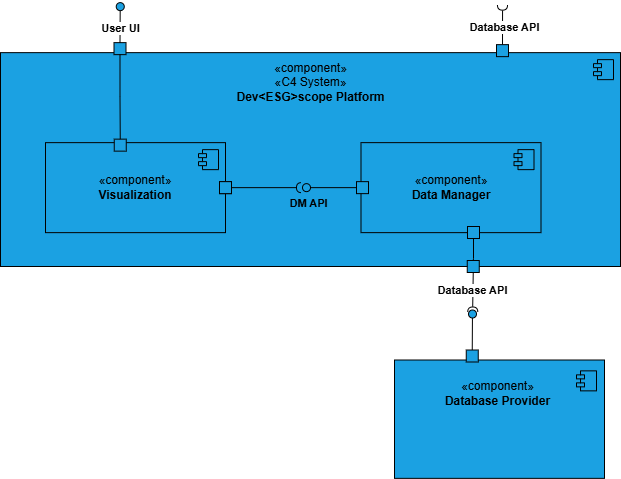
Before: frontmatter/assets/diagrams/Development View/Implementation View Lv2.drawio.png, a diagram exported from draw.io (matilde-varela/ISEP-PESTI-Report-2025). Source tidied: cells renumbered, new cells last; positions are measured from the earlier drawing's top-left corner, leaving out a move shared by most shapes.
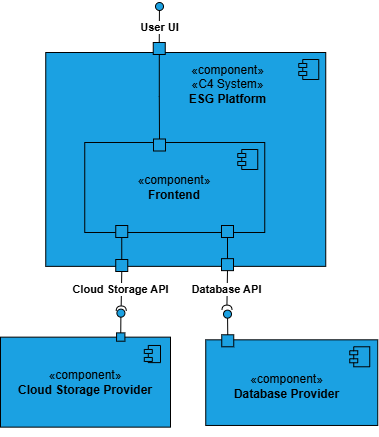
Above is the later version.

The edit, as a diff of the source:
```diff
@@ -2,39 +2,21 @@
   <root>
     <mxCell id="0" />
     <mxCell id="1" parent="0" />
-    <mxCell id="2" style="endArrow=none;html=1;rounded=0;align=center;verticalAlign=top;endFill=0;labelBackgroundColor=none;endSize=2;entryX=0;entryY=0.5;entryDx=0;entryDy=0;" parent="1" edge="1" source="3" target="6">
-      <mxGeometry relative="1" as="geometry" />
-    </mxCell>
-    <mxCell id="3" style="ellipse;html=1;fontSize=11;align=center;fillColor=#1ba1e2;points=[];verticalAlign=bottom;labelPosition=center;verticalLabelPosition=top;flipH=1;rotation=-140;fontColor=#ffffff;strokeColor=default;perimeterSpacing=0;" parent="1" vertex="1">
-      <mxGeometry x="468" y="307.5" width="8" height="8" as="geometry" />
-    </mxCell>
-    <mxCell id="4" style="html=1;whiteSpace=wrap;fillColor=#1ba1e2;fontColor=#ffffff;strokeColor=light-dark(#000000, #51afe7);" parent="1" vertex="1">
-      <mxGeometry x="394" y="357.5" width="210" height="118.4" as="geometry" />
-    </mxCell>
-    <mxCell id="5" value="«component»&lt;br&gt;&lt;b&gt;Database Provider&lt;/b&gt;" style="text;align=center;verticalAlign=middle;strokeColor=none;fillColor=none;html=1;" parent="1" vertex="1">
-      <mxGeometry x="432" y="371.4" width="130" height="40" as="geometry" />
-    </mxCell>
-    <mxCell id="6" style="fontStyle=0;labelPosition=right;verticalLabelPosition=middle;align=left;verticalAlign=middle;spacingLeft=2;direction=south;fillColor=#1ba1e2;fontColor=#ffffff;strokeColor=light-dark(#000000, #51afe7);" parent="1" vertex="1">
-      <mxGeometry x="465.8" y="347.5" width="12" height="12" as="geometry" />
-    </mxCell>
-    <mxCell id="7" style="shape=module;jettyWidth=8;jettyHeight=4;fillColor=#1ba1e2;fontColor=#ffffff;strokeColor=#000000;" parent="1" vertex="1">
-      <mxGeometry x="576" y="368.4" width="20" height="20" as="geometry" />
-    </mxCell>
     <mxCell id="8" style="html=1;whiteSpace=wrap;fillColor=#1ba1e2;fontColor=#ffffff;strokeColor=light-dark(#000000, #51afe7);" parent="1" vertex="1">
-      <mxGeometry y="50.1" width="620" height="213.9" as="geometry" />
+      <mxGeometry x="-214.8" y="-46" width="280" height="213.9" as="geometry" />
     </mxCell>
     <mxCell id="9" style="shape=module;jettyWidth=8;jettyHeight=4;fillColor=#1ba1e2;fontColor=#ffffff;strokeColor=#000000;" parent="8" vertex="1">
       <mxGeometry x="1" width="20" height="20" relative="1" as="geometry">
         <mxPoint x="-27" y="7" as="offset" />
       </mxGeometry>
     </mxCell>
-    <mxCell id="10" value="«component»&lt;br&gt;«C4 System»&lt;br&gt;&lt;b&gt;Dev&amp;lt;ESG&amp;gt;scope Platform&lt;/b&gt;" style="text;align=center;verticalAlign=middle;strokeColor=none;fillColor=none;html=1;" parent="1" vertex="1">
-      <mxGeometry x="225" y="50.1" width="170" height="60" as="geometry" />
+    <mxCell id="10" value="«component»&lt;br&gt;«C4 System»&lt;br&gt;&lt;b&gt;ESG Platform&lt;/b&gt;" style="text;align=center;verticalAlign=middle;strokeColor=none;fillColor=none;html=1;" parent="1" vertex="1">
+      <mxGeometry x="-83" y="-44" width="100" height="60" as="geometry" />
     </mxCell>
-    <mxCell id="11" style="group;fillColor=#1ba1e2;fontColor=#ffffff;strokeColor=none;" parent="1" vertex="1">
-      <mxGeometry x="45" y="140.1" width="239" height="90" as="geometry" />
+    <mxCell id="11" style="group;fillColor=none;fontColor=#ffffff;strokeColor=none;" parent="1" vertex="1">
+      <mxGeometry x="-175.8" y="44" width="239" height="90" as="geometry" />
     </mxCell>
-    <mxCell id="12" value="«component»&lt;br&gt;&lt;b&gt;Visualization&lt;/b&gt;" style="html=1;whiteSpace=wrap;fillColor=#1ba1e2;fontColor=light-dark(#000000, #121212);strokeColor=light-dark(#000000, #51afe7);" parent="11" vertex="1">
+    <mxCell id="12" value="«component»&lt;br&gt;&lt;b&gt;Frontend&lt;/b&gt;" style="html=1;whiteSpace=wrap;fillColor=#1ba1e2;fontColor=light-dark(#000000, #121212);strokeColor=light-dark(#000000, #51afe7);" parent="11" vertex="1">
       <mxGeometry width="180" height="90" as="geometry" />
     </mxCell>
     <mxCell id="13" style="shape=module;jettyWidth=8;jettyHeight=4;fillColor=#1ba1e2;fontColor=light-dark(#000000, #121212);strokeColor=light-dark(#000000, #51afe7);" parent="12" vertex="1">
@@ -42,17 +24,11 @@
         <mxPoint x="-27" y="7" as="offset" />
       </mxGeometry>
     </mxCell>
-    <mxCell id="14" style="fontStyle=0;labelPosition=right;verticalLabelPosition=middle;align=left;verticalAlign=middle;spacingLeft=2;direction=south;fillColor=#1ba1e2;fontColor=#000000;strokeColor=#000000;" parent="11" vertex="1">
-      <mxGeometry x="174" y="39" width="12" height="12" as="geometry" />
-    </mxCell>
-    <mxCell id="15" style="html=1;rounded=0;strokeColor=light-dark(#000000, #51afe7);align=center;verticalAlign=middle;fontFamily=Helvetica;fontSize=12;fontColor=#ffffff;fillColor=#1ba1e2;" parent="11" vertex="1">
-      <mxGeometry x="174" y="39" width="12" height="12" as="geometry" />
-    </mxCell>
     <mxCell id="16" style="fontStyle=0;labelPosition=right;verticalLabelPosition=middle;align=left;verticalAlign=middle;spacingLeft=2;direction=south;fillColor=#1ba1e2;fontColor=#ffffff;strokeColor=light-dark(#000000, #51afe7);" parent="1" vertex="1">
-      <mxGeometry x="113.5" y="40.1" width="12" height="12" as="geometry" />
+      <mxGeometry x="-107.2" y="-56" width="12" height="12" as="geometry" />
     </mxCell>
     <mxCell id="17" style="fontStyle=0;labelPosition=right;verticalLabelPosition=middle;align=left;verticalAlign=middle;spacingLeft=2;direction=south;fillColor=#1ba1e2;fontColor=light-dark(#000000, #121212);strokeColor=#030303;" parent="1" vertex="1">
-      <mxGeometry x="113.8" y="136.6" width="12" height="12" as="geometry" />
+      <mxGeometry x="-107" y="40.5" width="12" height="12" as="geometry" />
     </mxCell>
     <mxCell id="18" style="edgeStyle=orthogonalEdgeStyle;rounded=0;jettySize=auto;html=1;entryX=0;entryY=0.5;entryDx=0;entryDy=0;endArrow=none;startFill=0;" parent="1" edge="1" source="16" target="17">
       <mxGeometry relative="1" as="geometry" />
@@ -64,61 +40,10 @@
       <mxGeometry x="0.06" relative="1" as="geometry" />
     </mxCell>
     <mxCell id="21" style="ellipse;html=1;fontSize=11;align=center;fillColor=#1ba1e2;points=[];verticalAlign=bottom;labelPosition=center;verticalLabelPosition=top;flipH=1;rotation=-140;fontColor=#ffffff;strokeColor=default;perimeterSpacing=0;" parent="1" vertex="1">
-      <mxGeometry x="115.8" y="0.1" width="8" height="8" as="geometry" />
+      <mxGeometry x="-105" y="-96" width="8" height="8" as="geometry" />
     </mxCell>
-    <mxCell id="22" style="group;fillColor=#1ba1e2;fontColor=light-dark(#000000, #121212);strokeColor=none;" parent="1" vertex="1">
-      <mxGeometry x="356" y="140.1" width="184.5" height="90" as="geometry" />
-    </mxCell>
-    <mxCell id="23" value="«component»&lt;br&gt;&lt;b&gt;Data Manager&lt;/b&gt;" style="html=1;whiteSpace=wrap;fillColor=#1ba1e2;fontColor=light-dark(#000000, #121212);strokeColor=light-dark(#000000, #51afe7);" parent="22" vertex="1">
-      <mxGeometry x="4.5" width="180" height="90" as="geometry" />
-    </mxCell>
-    <mxCell id="24" style="shape=module;jettyWidth=8;jettyHeight=4;fillColor=#1ba1e2;fontColor=#ffffff;strokeColor=light-dark(#000000, #51afe7);" parent="23" vertex="1">
-      <mxGeometry x="1" width="20" height="20" relative="1" as="geometry">
-        <mxPoint x="-27" y="7" as="offset" />
-      </mxGeometry>
-    </mxCell>
-    <mxCell id="25" style="fontStyle=0;labelPosition=right;verticalLabelPosition=middle;align=left;verticalAlign=middle;spacingLeft=2;direction=south;fillColor=#1ba1e2;fontColor=#ffffff;strokeColor=light-dark(#000000, #51afe7);" parent="22" vertex="1">
-      <mxGeometry x="111" y="83.9" width="12" height="12" as="geometry" />
-    </mxCell>
-    <mxCell id="26" style="html=1;rounded=0;strokeColor=light-dark(#000000, #51afe7);align=center;verticalAlign=middle;fontFamily=Helvetica;fontSize=12;fontColor=#ffffff;fillColor=#1ba1e2;direction=west;flipV=1;flipH=1;" parent="22" vertex="1">
-      <mxGeometry y="39" width="12" height="12" as="geometry" />
-    </mxCell>
-    <mxCell id="27" style="group;" parent="1" vertex="1">
-      <mxGeometry x="496" y="2.6" width="12" height="51.5" as="geometry" />
-    </mxCell>
-    <mxCell id="28" style="fontStyle=0;labelPosition=right;verticalLabelPosition=middle;align=left;verticalAlign=middle;spacingLeft=2;direction=south;fillColor=#1ba1e2;fontColor=#ffffff;strokeColor=light-dark(#000000, #51afe7);" parent="27" vertex="1">
-      <mxGeometry y="39.5" width="12" height="12" as="geometry" />
-    </mxCell>
-    <mxCell id="29" style="endArrow=none;html=1;rounded=0;align=center;verticalAlign=top;endFill=0;labelBackgroundColor=none;endSize=2;exitX=0;exitY=0.5;exitDx=0;exitDy=0;entryX=1.076;entryY=0.506;entryDx=0;entryDy=0;entryPerimeter=0;" parent="27" edge="1" source="28" target="31">
-      <mxGeometry relative="1" as="geometry" />
-    </mxCell>
-    <mxCell id="30" value="&lt;b&gt;Database API&lt;/b&gt;" style="edgeLabel;html=1;align=center;verticalAlign=middle;" parent="29" vertex="1">
-      <mxGeometry x="0.03" y="-1" relative="1" as="geometry" />
-    </mxCell>
-    <mxCell id="31" style="shape=requiredInterface;html=1;fontSize=11;align=center;fillColor=none;points=[];verticalAlign=bottom;labelPosition=center;verticalLabelPosition=top;flipH=1;rotation=-90;" parent="27" vertex="1">
-      <mxGeometry x="3.5" y="-2.5" width="5" height="10" as="geometry" />
-    </mxCell>
-    <mxCell id="32" style="endArrow=none;html=1;rounded=0;align=center;verticalAlign=top;endFill=0;labelBackgroundColor=none;endSize=2;fontFamily=Helvetica;fontSize=12;fontColor=#ffffff;fontStyle=0;" parent="1" edge="1" source="26" target="34">
-      <mxGeometry relative="1" as="geometry" />
-    </mxCell>
-    <mxCell id="33" value="&lt;span style=&quot;&quot;&gt;&lt;font style=&quot;color: rgb(0, 0, 0); font-size: 11px;&quot;&gt;&lt;b&gt;DM API&lt;/b&gt;&lt;/font&gt;&lt;/span&gt;" style="edgeLabel;html=1;align=center;verticalAlign=middle;strokeColor=light-dark(#000000, #51afe7);fontFamily=Helvetica;fontSize=12;fontColor=#ffffff;fillColor=#1ba1e2;labelBackgroundColor=none;" parent="32" vertex="1">
-      <mxGeometry x="0.37" y="1" relative="1" as="geometry">
-        <mxPoint x="-18" y="14" as="offset" />
-      </mxGeometry>
-    </mxCell>
-    <mxCell id="34" style="ellipse;html=1;fontSize=11;align=center;fillColor=none;points=[];verticalAlign=bottom;labelPosition=center;verticalLabelPosition=top;flipH=1;strokeColor=light-dark(#000000, #51afe7);fontFamily=Helvetica;fontColor=#ffffff;flipV=1;" parent="1" vertex="1">
-      <mxGeometry x="302" y="181.1" width="8" height="8" as="geometry" />
-    </mxCell>
-    <mxCell id="35" style="shape=requiredInterface;html=1;fontSize=11;align=center;fillColor=none;verticalAlign=bottom;labelPosition=center;verticalLabelPosition=top;flipH=1;strokeColor=light-dark(#000000, #51afe7);fontFamily=Helvetica;fontColor=#ffffff;" parent="1" vertex="1">
-      <mxGeometry x="296" y="180.1" width="5" height="10" as="geometry" />
-    </mxCell>
-    <mxCell id="36" style="endArrow=none;html=1;rounded=0;align=center;verticalAlign=top;endFill=0;labelBackgroundColor=none;endSize=2;fontFamily=Helvetica;fontSize=12;fontColor=#ffffff;fontStyle=0;" parent="1" edge="1" source="15">
-      <mxGeometry relative="1" as="geometry">
-        <mxPoint x="296" y="185.1" as="targetPoint" />
-      </mxGeometry>
-    </mxCell>
     <mxCell id="37" style="group;rotation=-180;" parent="1" vertex="1">
-      <mxGeometry x="466.8" y="258" width="12" height="51.5" as="geometry" />
+      <mxGeometry x="-39" y="160.1" width="12" height="51.5" as="geometry" />
     </mxCell>
     <mxCell id="38" style="group;rotation=-180;" parent="37" vertex="1">
       <mxGeometry width="12" height="51.5" as="geometry" />
@@ -135,8 +60,74 @@
     <mxCell id="42" style="shape=requiredInterface;html=1;fontSize=11;align=center;fillColor=none;points=[];verticalAlign=bottom;labelPosition=center;verticalLabelPosition=top;flipH=1;rotation=-270;" parent="38" vertex="1">
       <mxGeometry x="3" y="44" width="5" height="10" as="geometry" />
     </mxCell>
-    <mxCell id="43" style="edgeStyle=orthogonalEdgeStyle;rounded=0;jettySize=auto;html=1;entryX=1;entryY=0.5;entryDx=0;entryDy=0;fontFamily=Helvetica;fontSize=11;fontColor=default;fontStyle=0;endArrow=none;startFill=0;" parent="1" edge="1" source="25" target="39">
-      <mxGeometry relative="1" as="geometry" />
-    </mxCell>
+    <mxCell id="44" style="group;" parent="1" vertex="1">
+      <mxGeometry x="-260" y="209" width="170" height="129.6" as="geometry" />
+    </mxCell>
+    <mxCell id="45" style="group;" parent="44" vertex="1">
+      <mxGeometry y="9.6" width="170" height="120" as="geometry" />
+    </mxCell>
+    <mxCell id="46" value="&lt;span style=&quot;color: rgb(0, 0, 0); text-wrap-mode: nowrap;&quot;&gt;«component»&lt;/span&gt;&lt;br style=&quot;color: rgb(0, 0, 0); text-wrap-mode: nowrap;&quot;&gt;&lt;b style=&quot;color: rgb(0, 0, 0); text-wrap-mode: nowrap;&quot;&gt;Cloud Storage Provider&lt;/b&gt;" style="html=1;whiteSpace=wrap;fillColor=#1ba1e2;fontColor=#ffffff;strokeColor=light-dark(#000000, #51afe7);" parent="45" vertex="1">
+      <mxGeometry y="20" width="170" height="90" as="geometry" />
+    </mxCell>
+    <mxCell id="47" style="fontStyle=0;labelPosition=right;verticalLabelPosition=middle;align=left;verticalAlign=middle;spacingLeft=2;direction=south;fillColor=#1ba1e2;fontColor=#ffffff;strokeColor=light-dark(#000000, #51afe7);" parent="45" vertex="1">
+      <mxGeometry x="116.1" y="15.7" width="8.3" height="8.3" as="geometry" />
+    </mxCell>
+    <mxCell id="48" style="shape=module;jettyWidth=8;jettyHeight=4;fillColor=#1ba1e2;fontColor=#ffffff;strokeColor=#000000;" parent="45" vertex="1">
+      <mxGeometry x="143.8" y="28.3" width="16.2" height="17.1" as="geometry" />
+    </mxCell>
+    <mxCell id="49" style="ellipse;html=1;fontSize=11;align=center;fillColor=#1ba1e2;points=[];verticalAlign=bottom;labelPosition=center;verticalLabelPosition=top;flipH=1;rotation=-140;fontColor=#ffffff;strokeColor=default;perimeterSpacing=0;" parent="44" vertex="1">
+      <mxGeometry x="116.4" y="1.6" width="8" height="8" as="geometry" />
+    </mxCell>
+    <mxCell id="50" style="endArrow=none;html=1;rounded=0;align=center;verticalAlign=top;endFill=0;labelBackgroundColor=none;endSize=2;entryX=0;entryY=0.5;entryDx=0;entryDy=0;exitX=0.827;exitY=0.102;exitDx=0;exitDy=0;exitPerimeter=0;" parent="44" edge="1" source="49" target="47">
+      <mxGeometry relative="1" as="geometry" />
+    </mxCell>
+    <mxCell id="51" style="edgeStyle=orthogonalEdgeStyle;rounded=0;jettySize=auto;html=1;exitX=0;exitY=0.5;exitDx=0;exitDy=0;entryX=1;entryY=0.5;entryDx=0;entryDy=0;endArrow=none;startFill=0;" parent="1" edge="1" source="52" target="39">
+      <mxGeometry relative="1" as="geometry" />
+    </mxCell>
+    <mxCell id="52" style="fontStyle=0;labelPosition=right;verticalLabelPosition=middle;align=left;verticalAlign=middle;spacingLeft=2;direction=south;fillColor=#1ba1e2;fontColor=#ffffff;strokeColor=light-dark(#000000, #51afe7);rotation=-180;" parent="1" vertex="1">
+      <mxGeometry x="-39" y="127" width="12" height="12" as="geometry" />
+    </mxCell>
+    <mxCell id="53" style="group;" parent="1" vertex="1">
+      <mxGeometry x="-54.8" y="210" width="172" height="117" as="geometry" />
+    </mxCell>
+    <mxCell id="4" style="html=1;whiteSpace=wrap;fillColor=#1ba1e2;fontColor=#ffffff;strokeColor=light-dark(#000000, #51afe7);" parent="53" vertex="1">
+      <mxGeometry y="31.3" width="172" height="85.6" as="geometry" />
+    </mxCell>
+    <mxCell id="7" style="shape=module;jettyWidth=8;jettyHeight=4;fillColor=#1ba1e2;fontColor=#ffffff;strokeColor=#000000;" parent="53" vertex="1">
+      <mxGeometry x="144" y="38.3" width="20" height="20" as="geometry" />
+    </mxCell>
+    <mxCell id="5" value="«component»&lt;br&gt;&lt;b&gt;Database Provider&lt;/b&gt;" style="text;align=center;verticalAlign=middle;strokeColor=none;fillColor=none;html=1;" parent="53" vertex="1">
+      <mxGeometry x="16" y="58.3" width="130" height="40" as="geometry" />
+    </mxCell>
+    <mxCell id="6" style="fontStyle=0;labelPosition=right;verticalLabelPosition=middle;align=left;verticalAlign=middle;spacingLeft=2;direction=south;fillColor=#1ba1e2;fontColor=#ffffff;strokeColor=light-dark(#000000, #51afe7);" parent="53" vertex="1">
+      <mxGeometry x="16" y="26.3" width="12" height="12" as="geometry" />
+    </mxCell>
+    <mxCell id="3" style="ellipse;html=1;fontSize=11;align=center;fillColor=#1ba1e2;points=[];verticalAlign=bottom;labelPosition=center;verticalLabelPosition=top;flipH=1;rotation=-140;fontColor=#ffffff;strokeColor=default;perimeterSpacing=0;" parent="53" vertex="1">
+      <mxGeometry x="17.8" y="1.6" width="8" height="8" as="geometry" />
+    </mxCell>
+    <mxCell id="2" style="endArrow=none;html=1;rounded=0;align=center;verticalAlign=top;endFill=0;labelBackgroundColor=none;endSize=2;entryX=0;entryY=0.5;entryDx=0;entryDy=0;" parent="53" edge="1" source="3" target="6">
+      <mxGeometry relative="1" as="geometry" />
+    </mxCell>
+    <mxCell id="54" style="edgeStyle=orthogonalEdgeStyle;rounded=0;jettySize=auto;html=1;exitX=0;exitY=0.5;exitDx=0;exitDy=0;entryX=1;entryY=0.5;entryDx=0;entryDy=0;endArrow=none;startFill=0;" parent="1" edge="1" source="55" target="57">
+      <mxGeometry relative="1" as="geometry" />
+    </mxCell>
+    <mxCell id="55" style="fontStyle=0;labelPosition=right;verticalLabelPosition=middle;align=left;verticalAlign=middle;spacingLeft=2;direction=south;fillColor=#1ba1e2;fontColor=#ffffff;strokeColor=light-dark(#000000, #51afe7);rotation=-180;" parent="1" vertex="1">
+      <mxGeometry x="-144.8" y="127" width="12" height="12" as="geometry" />
+    </mxCell>
+    <mxCell id="56" style="group;rotation=-180;" parent="1" vertex="1">
+      <mxGeometry x="-144.8" y="161" width="12" height="51.5" as="geometry" />
+    </mxCell>
+    <mxCell id="57" style="fontStyle=0;labelPosition=right;verticalLabelPosition=middle;align=left;verticalAlign=middle;spacingLeft=2;direction=south;fillColor=#1ba1e2;fontColor=#ffffff;strokeColor=light-dark(#000000, #51afe7);rotation=-180;" parent="56" vertex="1">
+      <mxGeometry width="12" height="12" as="geometry" />
+    </mxCell>
+    <mxCell id="58" style="endArrow=none;html=1;rounded=0;align=center;verticalAlign=top;endFill=0;labelBackgroundColor=none;endSize=2;exitX=0;exitY=0.5;exitDx=0;exitDy=0;entryX=1.076;entryY=0.506;entryDx=0;entryDy=0;entryPerimeter=0;" parent="56" edge="1" source="57" target="60">
+      <mxGeometry relative="1" as="geometry" />
+    </mxCell>
+    <mxCell id="59" value="&lt;b&gt;Cloud Storage API&lt;/b&gt;" style="edgeLabel;html=1;align=center;verticalAlign=middle;rotation=0;" parent="58" vertex="1">
+      <mxGeometry x="0.03" y="-1" relative="1" as="geometry" />
+    </mxCell>
+    <mxCell id="60" style="shape=requiredInterface;html=1;fontSize=11;align=center;fillColor=none;points=[];verticalAlign=bottom;labelPosition=center;verticalLabelPosition=top;flipH=1;rotation=-270;" parent="56" vertex="1">
+      <mxGeometry x="3" y="44" width="5" height="10" as="geometry" />
+    </mxCell>
   </root>
 </mxGraphModel>
```
